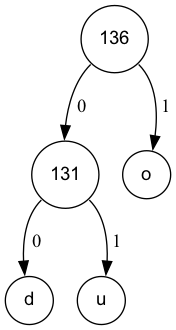
Above: fichiers_viz/arbre_codage_etape_9.png in Procuste34/codage_huffman_c (Graphviz), before the change. Its source is kept beside it as fichiers_viz/arbre_codage_etape_9.dot. Source of this version:
```dot
digraph POT_test {
node [fontname="Arial", shape="circle", width=0.5];
136 [label = "136"]
131 [label = "131"]
100 [label = "d"]
117 [label = "u"]
131:sw -> 100 [label = " 0"]
131:se -> 117 [label = " 1"]
111 [label = "o"]
136:sw -> 131 [label = " 0"]
136:se -> 111 [label = " 1"]
}
```
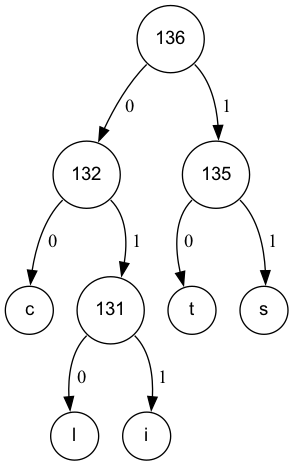
After the change.

What changed in the source:
```diff
@@ -1,12 +1,20 @@
 digraph POT_test {
 node [fontname="Arial", shape="circle", width=0.5];
 136 [label = "136"]
+132 [label = "132"]
+99 [label = "c"]
 131 [label = "131"]
-100 [label = "d"]
-117 [label = "u"]
-131:sw -> 100 [label = " 0"]
-131:se -> 117 [label = " 1"]
-111 [label = "o"]
-136:sw -> 131 [label = " 0"]
-136:se -> 111 [label = " 1"]
+108 [label = "l"]
+105 [label = "i"]
+131:sw -> 108 [label = " 0"]
+131:se -> 105 [label = " 1"]
+132:sw -> 99 [label = " 0"]
+132:se -> 131 [label = " 1"]
+135 [label = "135"]
+116 [label = "t"]
+115 [label = "s"]
+135:sw -> 116 [label = " 0"]
+135:se -> 115 [label = " 1"]
+136:sw -> 132 [label = " 0"]
+136:se -> 135 [label = " 1"]
 }
```
